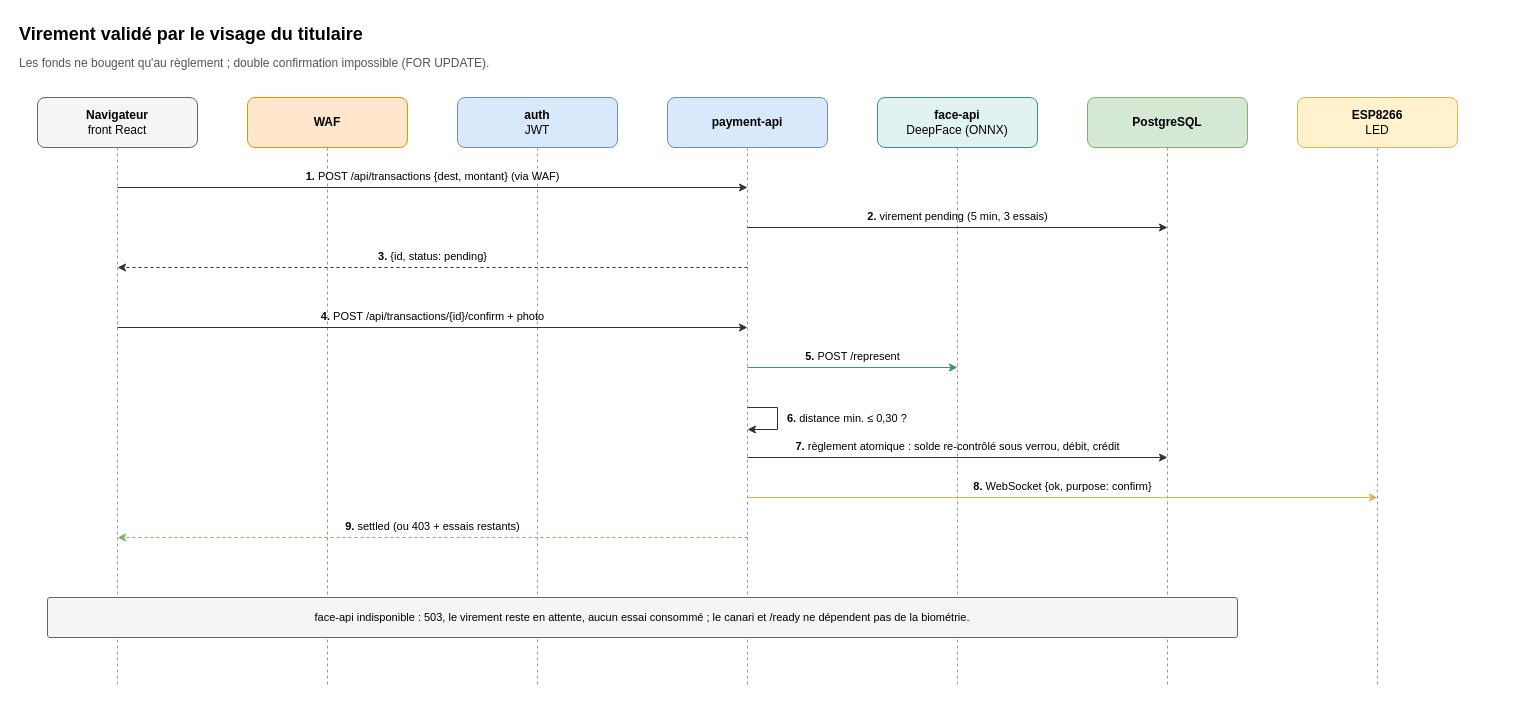
This is page "Virement" (3 of 3) of docs/diagrams/authentification.drawio from Rococo77/Workshop-26, a draw.io file, before an edit. Source tidied: cells renumbered, new cells numbered last; positions are measured from the earlier drawing's top-left corner, leaving out a move shared by most shapes. Both pictures are drawn from the tidied source at 100%, with x=0, y=0 at pixel (17, 17).
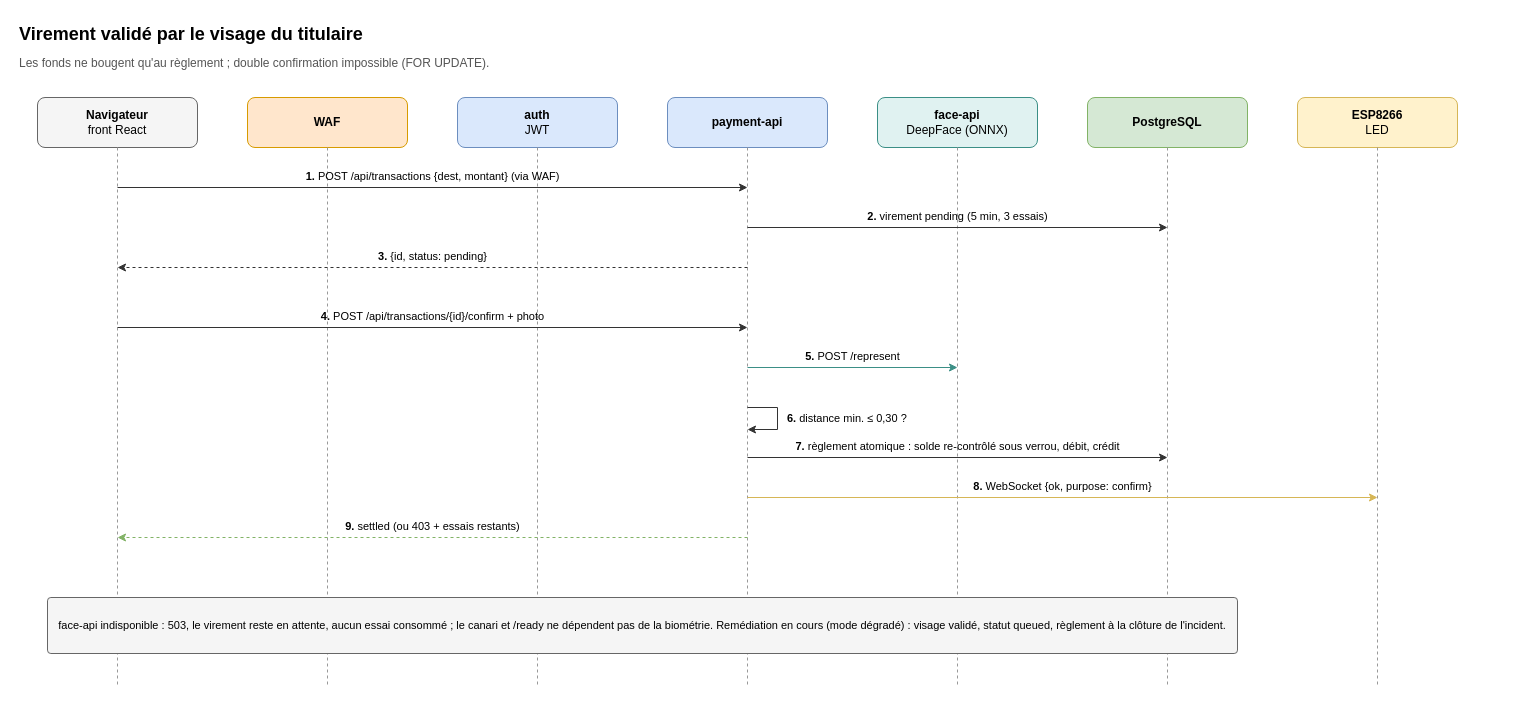
The same page after the edit.

What changed in the source:
```diff
@@
-    <mxCell id="28" value="face-api indisponible : 503, le virement reste en attente, aucun essai consommé ; le canari et /ready ne dépendent pas de la biométrie." style="rounded=1;whiteSpace=wrap;html=1;fillColor=#f5f5f5;strokeColor=#666666;fontSize=11;arcSize=6;" parent="1" vertex="1">
-      <mxGeometry x="30" y="580" width="1190" height="40" as="geometry" />
+    <mxCell id="28" value="face-api indisponible : 503, le virement reste en attente, aucun essai consommé ; le canari et /ready ne dépendent pas de la biométrie. Remédiation en cours (mode dégradé) : visage validé, statut queued, règlement à la clôture de l'incident." style="rounded=1;whiteSpace=wrap;html=1;fillColor=#f5f5f5;strokeColor=#666666;fontSize=11;arcSize=6;" parent="1" vertex="1">
+      <mxGeometry x="30" y="580" width="1190" height="56" as="geometry" />
     </mxCell>
```
